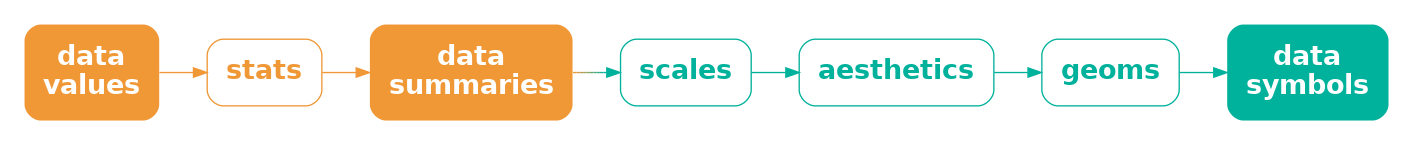
This is Diagrams/data-stat-scale-aes-geom-sym.png from pmur002/hdvw, a Graphviz export, as it was before one commit. Its source is kept beside it as Diagrams/data-stat-scale-aes-geom-sym.dot.
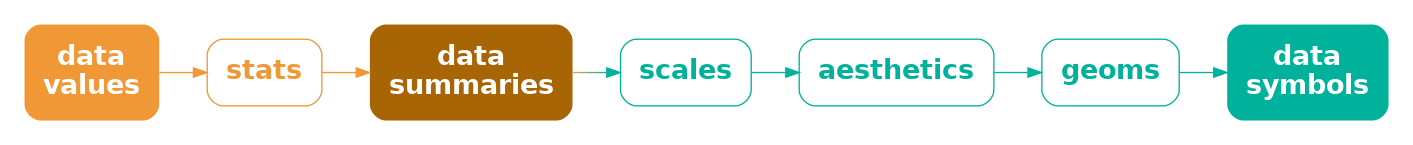
After the commit.

The edit, as a diff of the source:
```diff
@@ -3,7 +3,7 @@
   node [ fontsize=20; fontname="sans bold"; margin=.2 ];
   data [ label="data\nvalues"; shape=box; style="filled, rounded"; penwidth=0; fontcolor=white; fillcolor="#F09736" ]
   ggstat [ label="stats"; shape=box; style=rounded; color="#F09736"; fontcolor="#F09736" ]
-  stat [ label="data\nsummaries"; shape=box; style="filled, rounded"; penwidth=0; fontcolor=white; fillcolor="#F09736" ]
+  stat [ label="data\nsummaries"; shape=box; style="filled, rounded"; penwidth=0; fontcolor=white; fillcolor="#A86505" ]
   scale [ label="scales"; shape=box; style=rounded; color="#00B19B"; fontcolor="#00B19B" ]
   aes [ label="aesthetics"; shape=box; style=rounded; color="#00B19B"; fontcolor="#00B19B" ]
   geom [ label="geoms"; shape=box; style=rounded; color="#00B19B"; fontcolor="#00B19B" ]
```
